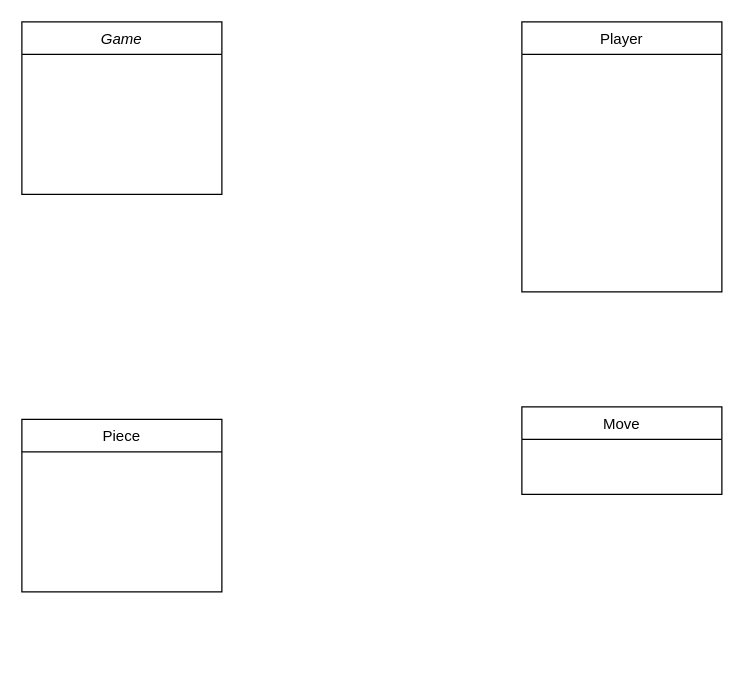
Earlier version of the draw.io diagram src/templates/Diagram zonder titel.drawio (elvissomers/chess). Source tidied: cells renumbered, new cells numbered last; positions are measured from the earlier drawing's top-left corner, leaving out a move shared by most shapes. Both pictures are drawn from the tidied source at 125%, with x=0, y=0 at pixel (21, 21).
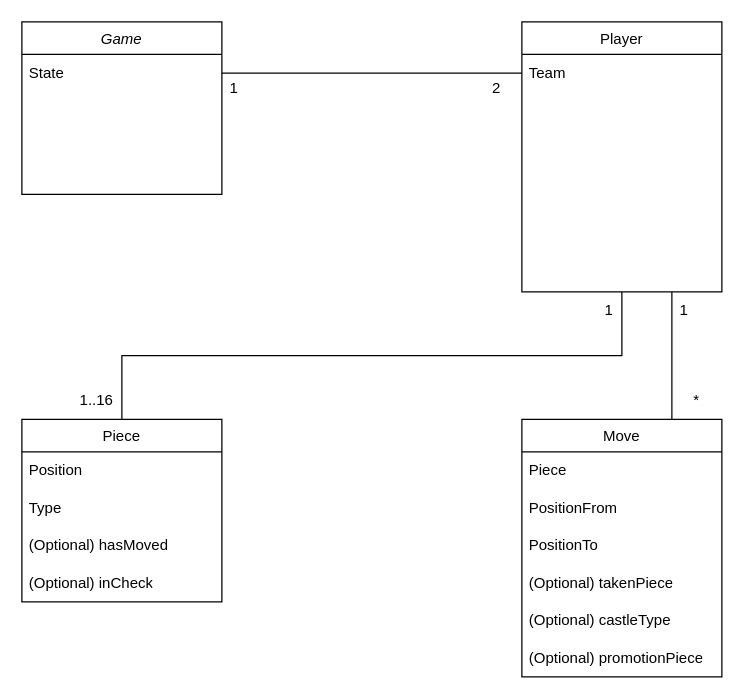
The same diagram, later.

The change refers to these unchanged cells:
```xml
<mxCell id="2" value="Game" style="swimlane;fontStyle=2;align=center;verticalAlign=top;horizontal=1;startSize=26;rounded=0;shadow=0;strokeWidth=1;" parent="1" vertex="1">
  <mxGeometry width="160" height="138" as="geometry" />
</mxCell>
<mxCell id="5" value="Player" style="swimlane;fontStyle=0;align=center;verticalAlign=top;horizontal=1;startSize=26;rounded=0;shadow=0;strokeWidth=1;" parent="1" vertex="1">
  <mxGeometry x="400" width="160" height="216" as="geometry" />
</mxCell>
```

Diff of the diagram source:
```diff
@@
+    <mxCell id="6" value="State" style="text;strokeColor=none;fillColor=none;align=left;verticalAlign=middle;spacingLeft=4;spacingRight=4;overflow=hidden;points=[[0,0.5],[1,0.5]];portConstraint=eastwest;whiteSpace=wrap;html=1;" parent="2" vertex="1">
+      <mxGeometry y="26" width="160" height="30" as="geometry" />
+    </mxCell>
     <mxCell id="3" value="Piece" style="swimlane;fontStyle=0;align=center;verticalAlign=top;horizontal=1;startSize=26;rounded=0;shadow=0;strokeWidth=1;" parent="1" vertex="1">
-      <mxGeometry y="318" width="160" height="138" as="geometry" />
+      <mxGeometry y="318" width="160" height="146" as="geometry" />
     </mxCell>
+    <mxCell id="7" value="Position" style="text;strokeColor=none;fillColor=none;align=left;verticalAlign=middle;spacingLeft=4;spacingRight=4;overflow=hidden;whiteSpace=wrap;html=1;" parent="3" vertex="1">
+      <mxGeometry y="26" width="160" height="30" as="geometry" />
+    </mxCell>
+    <mxCell id="8" value="Type" style="text;strokeColor=none;fillColor=none;align=left;verticalAlign=middle;spacingLeft=4;spacingRight=4;overflow=hidden;whiteSpace=wrap;html=1;" parent="3" vertex="1">
+      <mxGeometry y="56" width="160" height="30" as="geometry" />
+    </mxCell>
+    <mxCell id="9" value="(Optional) hasMoved" style="text;strokeColor=none;fillColor=none;align=left;verticalAlign=middle;spacingLeft=4;spacingRight=4;overflow=hidden;whiteSpace=wrap;html=1;" parent="3" vertex="1">
+      <mxGeometry y="86" width="160" height="30" as="geometry" />
+    </mxCell>
+    <mxCell id="10" value="(Optional) inCheck" style="text;strokeColor=none;fillColor=none;align=left;verticalAlign=middle;spacingLeft=4;spacingRight=4;overflow=hidden;whiteSpace=wrap;html=1;" parent="3" vertex="1">
+      <mxGeometry y="116" width="160" height="30" as="geometry" />
+    </mxCell>
     <mxCell id="4" value="Move" style="swimlane;fontStyle=0;align=center;verticalAlign=top;horizontal=1;startSize=26;rounded=0;shadow=0;strokeWidth=1;" parent="1" vertex="1">
-      <mxGeometry x="400" y="308" width="160" height="70" as="geometry" />
+      <mxGeometry x="400" y="318" width="160" height="206" as="geometry" />
     </mxCell>
+    <mxCell id="11" value="Piece" style="text;strokeColor=none;fillColor=none;align=left;verticalAlign=middle;spacingLeft=4;spacingRight=4;overflow=hidden;whiteSpace=wrap;html=1;" parent="4" vertex="1">
+      <mxGeometry y="26" width="160" height="30" as="geometry" />
+    </mxCell>
+    <mxCell id="12" value="PositionFrom" style="text;strokeColor=none;fillColor=none;align=left;verticalAlign=middle;spacingLeft=4;spacingRight=4;overflow=hidden;whiteSpace=wrap;html=1;" parent="4" vertex="1">
+      <mxGeometry y="56" width="160" height="30" as="geometry" />
+    </mxCell>
+    <mxCell id="13" value="PositionTo" style="text;strokeColor=none;fillColor=none;align=left;verticalAlign=middle;spacingLeft=4;spacingRight=4;overflow=hidden;whiteSpace=wrap;html=1;" parent="4" vertex="1">
+      <mxGeometry y="86" width="160" height="30" as="geometry" />
+    </mxCell>
+    <mxCell id="14" value="(Optional) takenPiece" style="text;strokeColor=none;fillColor=none;align=left;verticalAlign=middle;spacingLeft=4;spacingRight=4;overflow=hidden;whiteSpace=wrap;html=1;" parent="4" vertex="1">
+      <mxGeometry y="116" width="160" height="30" as="geometry" />
+    </mxCell>
+    <mxCell id="15" value="(Optional) castleType" style="text;strokeColor=none;fillColor=none;align=left;verticalAlign=middle;spacingLeft=4;spacingRight=4;overflow=hidden;whiteSpace=wrap;html=1;" parent="4" vertex="1">
+      <mxGeometry y="146" width="160" height="30" as="geometry" />
+    </mxCell>
+    <mxCell id="16" value="(Optional) promotionPiece" style="text;strokeColor=none;fillColor=none;align=left;verticalAlign=middle;spacingLeft=4;spacingRight=4;overflow=hidden;whiteSpace=wrap;html=1;" parent="4" vertex="1">
+      <mxGeometry y="176" width="160" height="30" as="geometry" />
+    </mxCell>
+    <mxCell id="17" style="edgeStyle=orthogonalEdgeStyle;rounded=0;jettySize=auto;html=1;exitX=0.5;exitY=1;exitDx=0;exitDy=0;entryX=0.5;entryY=0;entryDx=0;entryDy=0;endArrow=none;endFill=0;" parent="1" edge="1" source="5" target="3">
+      <mxGeometry relative="1" as="geometry" />
+    </mxCell>
+    <mxCell id="18" style="edgeStyle=orthogonalEdgeStyle;rounded=0;jettySize=auto;html=1;exitX=0.75;exitY=1;exitDx=0;exitDy=0;entryX=0.75;entryY=0;entryDx=0;entryDy=0;endArrow=none;endFill=0;" parent="1" edge="1" source="5" target="4">
+      <mxGeometry relative="1" as="geometry" />
+    </mxCell>
@@
+    <mxCell id="19" value="Team" style="text;strokeColor=none;fillColor=none;align=left;verticalAlign=middle;spacingLeft=4;spacingRight=4;overflow=hidden;points=[[0,0.5],[1,0.5]];portConstraint=eastwest;whiteSpace=wrap;html=1;" parent="5" vertex="1">
+      <mxGeometry y="26" width="160" height="30" as="geometry" />
+    </mxCell>
+    <mxCell id="20" style="edgeStyle=orthogonalEdgeStyle;rounded=0;jettySize=auto;html=1;exitX=1;exitY=0.5;exitDx=0;exitDy=0;entryX=0;entryY=0.5;entryDx=0;entryDy=0;endArrow=none;endFill=0;" parent="1" edge="1" source="6" target="19">
+      <mxGeometry relative="1" as="geometry" />
+    </mxCell>
+    <mxCell id="21" value="1" style="text;html=1;strokeColor=none;fillColor=none;align=center;verticalAlign=middle;whiteSpace=wrap;rounded=0;" parent="1" vertex="1">
+      <mxGeometry x="140" y="38" width="60" height="30" as="geometry" />
+    </mxCell>
+    <mxCell id="22" value="2" style="text;html=1;strokeColor=none;fillColor=none;align=center;verticalAlign=middle;whiteSpace=wrap;rounded=0;" parent="1" vertex="1">
+      <mxGeometry x="350" y="38" width="60" height="30" as="geometry" />
+    </mxCell>
+    <mxCell id="23" value="1" style="text;html=1;strokeColor=none;fillColor=none;align=center;verticalAlign=middle;whiteSpace=wrap;rounded=0;" parent="1" vertex="1">
+      <mxGeometry x="440" y="216" width="60" height="30" as="geometry" />
+    </mxCell>
+    <mxCell id="24" value="1" style="text;html=1;strokeColor=none;fillColor=none;align=center;verticalAlign=middle;whiteSpace=wrap;rounded=0;" parent="1" vertex="1">
+      <mxGeometry x="500" y="216" width="60" height="30" as="geometry" />
+    </mxCell>
+    <mxCell id="25" value="*" style="text;html=1;strokeColor=none;fillColor=none;align=center;verticalAlign=middle;whiteSpace=wrap;rounded=0;" parent="1" vertex="1">
+      <mxGeometry x="510" y="288" width="60" height="30" as="geometry" />
+    </mxCell>
+    <mxCell id="26" value="1..16" style="text;html=1;strokeColor=none;fillColor=none;align=center;verticalAlign=middle;whiteSpace=wrap;rounded=0;" parent="1" vertex="1">
+      <mxGeometry x="30" y="288" width="60" height="30" as="geometry" />
+    </mxCell>
```
